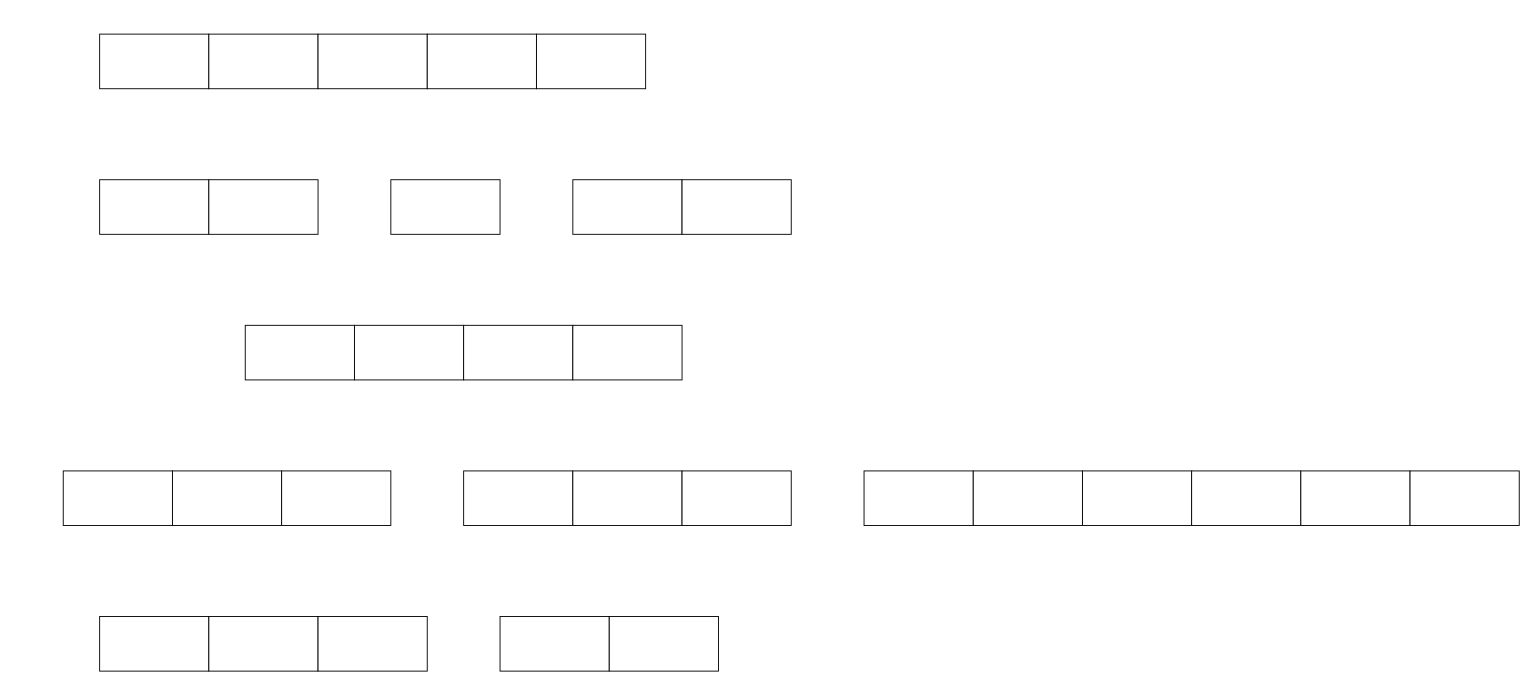
Before: Lab 3 University Database RS.drawio in MuhammadIrfan92/Database-Engineering-Semester-7, a draw.io diagram. Source tidied: cells renumbered, new cells numbered last; positions are measured from the earlier drawing's top-left corner, leaving out a move shared by most shapes. Both pictures are drawn from the tidied source at 91%, with x=0, y=0 at pixel (63, 34).
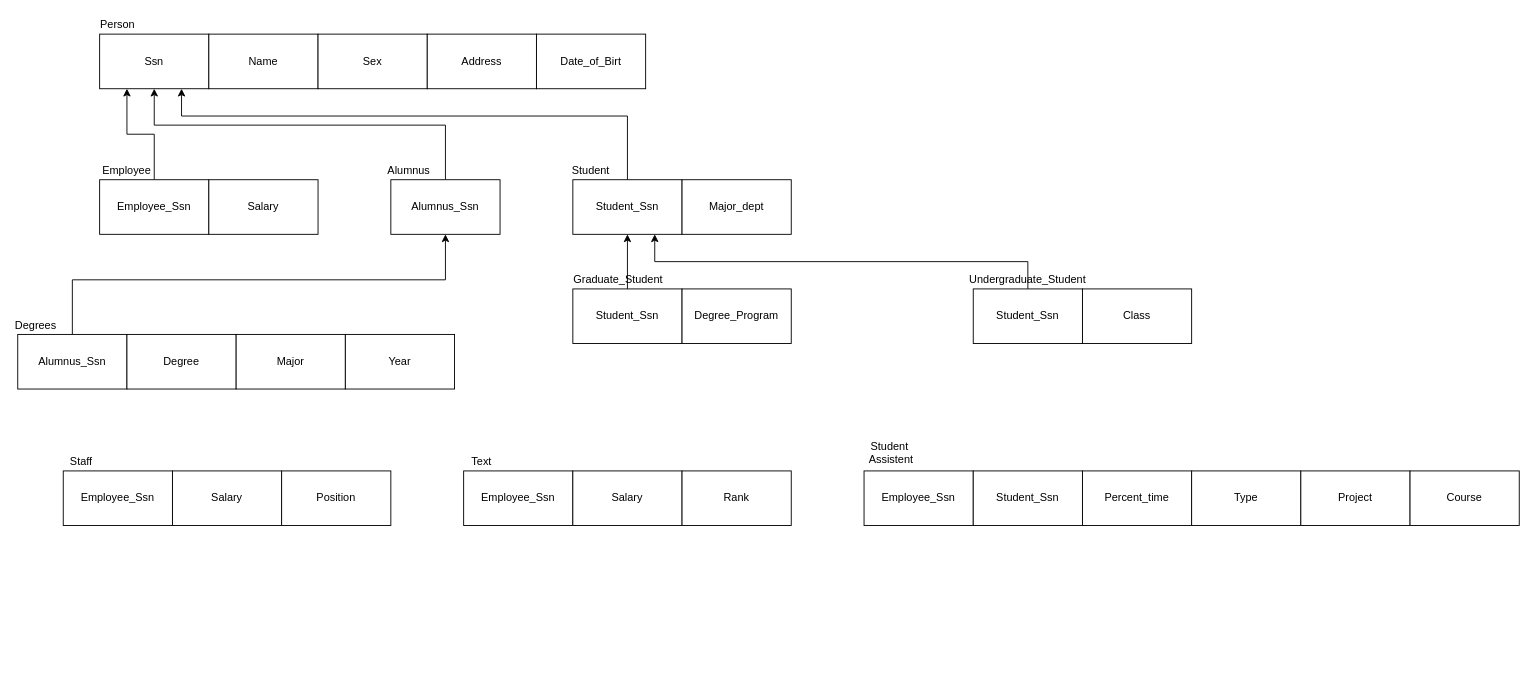
After the change.

The change refers to these unchanged cells:
```xml
<mxCell id="2" style="rounded=0;whiteSpace=wrap;html=1;" parent="1" vertex="1">
  <mxGeometry x="40" width="120" height="60" as="geometry" />
</mxCell>
<mxCell id="7" style="rounded=0;whiteSpace=wrap;html=1;" parent="1" vertex="1">
  <mxGeometry x="40" y="160" width="120" height="60" as="geometry" />
</mxCell>
<mxCell id="9" style="rounded=0;whiteSpace=wrap;html=1;" parent="1" vertex="1">
  <mxGeometry x="360" y="160" width="120" height="60" as="geometry" />
</mxCell>
<mxCell id="10" style="rounded=0;whiteSpace=wrap;html=1;" parent="1" vertex="1">
  <mxGeometry x="560" y="160" width="120" height="60" as="geometry" />
</mxCell>
```

Diff of the diagram source:
```diff
@@
+    <mxCell id="33" style="edgeStyle=orthogonalEdgeStyle;rounded=0;jettySize=auto;html=1;entryX=0.25;entryY=1;entryDx=0;entryDy=0;" parent="1" edge="1" source="7" target="2">
+      <mxGeometry relative="1" as="geometry" />
+    </mxCell>
@@
+    <mxCell id="34" style="edgeStyle=orthogonalEdgeStyle;rounded=0;jettySize=auto;html=1;entryX=0.5;entryY=1;entryDx=0;entryDy=0;" parent="1" edge="1" source="9" target="2">
+      <mxGeometry relative="1" as="geometry">
+        <Array as="points">
+          <mxPoint x="420" y="100" />
+          <mxPoint x="100" y="100" />
+        </Array>
+      </mxGeometry>
+    </mxCell>
@@
+    <mxCell id="35" style="edgeStyle=orthogonalEdgeStyle;rounded=0;jettySize=auto;html=1;entryX=0.75;entryY=1;entryDx=0;entryDy=0;" parent="1" edge="1" source="10" target="2">
+      <mxGeometry relative="1" as="geometry">
+        <Array as="points">
+          <mxPoint x="620" y="90" />
+          <mxPoint x="130" y="90" />
+        </Array>
+      </mxGeometry>
+    </mxCell>
@@
+    <mxCell id="36" style="edgeStyle=orthogonalEdgeStyle;rounded=0;jettySize=auto;html=1;entryX=0.5;entryY=1;entryDx=0;entryDy=0;" parent="1" edge="1" source="12" target="9">
+      <mxGeometry relative="1" as="geometry">
+        <Array as="points">
+          <mxPoint x="10" y="270" />
+          <mxPoint x="420" y="270" />
+        </Array>
+      </mxGeometry>
+    </mxCell>
     <mxCell id="12" style="rounded=0;whiteSpace=wrap;html=1;" parent="1" vertex="1">
-      <mxGeometry x="200" y="320" width="120" height="60" as="geometry" />
+      <mxGeometry x="-50" y="330" width="120" height="60" as="geometry" />
     </mxCell>
     <mxCell id="13" style="rounded=0;whiteSpace=wrap;html=1;" parent="1" vertex="1">
-      <mxGeometry x="320" y="320" width="120" height="60" as="geometry" />
+      <mxGeometry x="70" y="330" width="120" height="60" as="geometry" />
     </mxCell>
     <mxCell id="14" style="rounded=0;whiteSpace=wrap;html=1;" parent="1" vertex="1">
-      <mxGeometry x="440" y="320" width="120" height="60" as="geometry" />
+      <mxGeometry x="190" y="330" width="120" height="60" as="geometry" />
     </mxCell>
     <mxCell id="15" style="rounded=0;whiteSpace=wrap;html=1;" parent="1" vertex="1">
-      <mxGeometry x="560" y="320" width="120" height="60" as="geometry" />
+      <mxGeometry x="310" y="330" width="120" height="60" as="geometry" />
     </mxCell>
@@
-    <mxCell id="24" style="rounded=0;whiteSpace=wrap;html=1;" parent="1" vertex="1">
+    <mxCell id="24" value="Percent_time" style="rounded=0;whiteSpace=wrap;html=1;" parent="1" vertex="1">
       <mxGeometry x="1120" y="480" width="120" height="60" as="geometry" />
     </mxCell>
@@
+    <mxCell id="37" style="edgeStyle=orthogonalEdgeStyle;rounded=0;jettySize=auto;html=1;entryX=0.5;entryY=1;entryDx=0;entryDy=0;" parent="1" edge="1" source="28" target="10">
+      <mxGeometry relative="1" as="geometry" />
+    </mxCell>
     <mxCell id="28" style="rounded=0;whiteSpace=wrap;html=1;" parent="1" vertex="1">
-      <mxGeometry x="40" y="640" width="120" height="60" as="geometry" />
+      <mxGeometry x="560" y="280" width="120" height="60" as="geometry" />
     </mxCell>
     <mxCell id="29" style="rounded=0;whiteSpace=wrap;html=1;" parent="1" vertex="1">
-      <mxGeometry x="160" y="640" width="120" height="60" as="geometry" />
+      <mxGeometry x="680" y="280" width="120" height="60" as="geometry" />
     </mxCell>
-    <mxCell id="30" style="rounded=0;whiteSpace=wrap;html=1;" parent="1" vertex="1">
-      <mxGeometry x="280" y="640" width="120" height="60" as="geometry" />
-    </mxCell>
+    <mxCell id="38" style="edgeStyle=orthogonalEdgeStyle;rounded=0;jettySize=auto;html=1;entryX=0.75;entryY=1;entryDx=0;entryDy=0;" parent="1" edge="1" source="31" target="10">
+      <mxGeometry relative="1" as="geometry">
+        <Array as="points">
+          <mxPoint x="1060" y="250" />
+          <mxPoint x="650" y="250" />
+        </Array>
+      </mxGeometry>
+    </mxCell>
     <mxCell id="31" style="rounded=0;whiteSpace=wrap;html=1;" parent="1" vertex="1">
-      <mxGeometry x="480" y="640" width="120" height="60" as="geometry" />
+      <mxGeometry x="1000" y="280" width="120" height="60" as="geometry" />
     </mxCell>
     <mxCell id="32" style="rounded=0;whiteSpace=wrap;html=1;" parent="1" vertex="1">
-      <mxGeometry x="600" y="640" width="120" height="60" as="geometry" />
+      <mxGeometry x="1120" y="280" width="120" height="60" as="geometry" />
     </mxCell>
+    <mxCell id="39" value="Alumnus_Ssn" style="text;html=1;strokeColor=none;fillColor=none;align=center;verticalAlign=middle;whiteSpace=wrap;rounded=0;" parent="1" vertex="1">
+      <mxGeometry x="-10" y="350" width="40" height="20" as="geometry" />
+    </mxCell>
+    <mxCell id="40" value="Degrees" style="text;html=1;strokeColor=none;fillColor=none;align=center;verticalAlign=middle;whiteSpace=wrap;rounded=0;" parent="1" vertex="1">
+      <mxGeometry x="-50" y="310" width="40" height="20" as="geometry" />
+    </mxCell>
+    <mxCell id="41" value="Major_dept" style="text;html=1;strokeColor=none;fillColor=none;align=center;verticalAlign=middle;whiteSpace=wrap;rounded=0;" parent="1" vertex="1">
+      <mxGeometry x="720" y="180" width="40" height="20" as="geometry" />
+    </mxCell>
+    <mxCell id="42" value="Student_Ssn" style="text;html=1;strokeColor=none;fillColor=none;align=center;verticalAlign=middle;whiteSpace=wrap;rounded=0;" parent="1" vertex="1">
+      <mxGeometry x="600" y="180" width="40" height="20" as="geometry" />
+    </mxCell>
+    <mxCell id="43" value="Alumnus_Ssn" style="text;html=1;strokeColor=none;fillColor=none;align=center;verticalAlign=middle;whiteSpace=wrap;rounded=0;" parent="1" vertex="1">
+      <mxGeometry x="400" y="180" width="40" height="20" as="geometry" />
+    </mxCell>
+    <mxCell id="44" value="Salary" style="text;html=1;strokeColor=none;fillColor=none;align=center;verticalAlign=middle;whiteSpace=wrap;rounded=0;" parent="1" vertex="1">
+      <mxGeometry x="200" y="180" width="40" height="20" as="geometry" />
+    </mxCell>
+    <mxCell id="45" value="Employee_Ssn" style="text;html=1;strokeColor=none;fillColor=none;align=center;verticalAlign=middle;whiteSpace=wrap;rounded=0;" parent="1" vertex="1">
+      <mxGeometry x="80" y="180" width="40" height="20" as="geometry" />
+    </mxCell>
+    <mxCell id="46" value="Date_of_Birt" style="text;html=1;strokeColor=none;fillColor=none;align=center;verticalAlign=middle;whiteSpace=wrap;rounded=0;" parent="1" vertex="1">
+      <mxGeometry x="560" y="20" width="40" height="20" as="geometry" />
+    </mxCell>
+    <mxCell id="47" value="Address" style="text;html=1;strokeColor=none;fillColor=none;align=center;verticalAlign=middle;whiteSpace=wrap;rounded=0;" parent="1" vertex="1">
+      <mxGeometry x="440" y="20" width="40" height="20" as="geometry" />
+    </mxCell>
+    <mxCell id="48" value="Sex" style="text;html=1;strokeColor=none;fillColor=none;align=center;verticalAlign=middle;whiteSpace=wrap;rounded=0;" parent="1" vertex="1">
+      <mxGeometry x="320" y="20" width="40" height="20" as="geometry" />
+    </mxCell>
+    <mxCell id="49" value="Name" style="text;html=1;strokeColor=none;fillColor=none;align=center;verticalAlign=middle;whiteSpace=wrap;rounded=0;" parent="1" vertex="1">
+      <mxGeometry x="200" y="20" width="40" height="20" as="geometry" />
+    </mxCell>
+    <mxCell id="50" value="Ssn" style="text;html=1;strokeColor=none;fillColor=none;align=center;verticalAlign=middle;whiteSpace=wrap;rounded=0;" parent="1" vertex="1">
+      <mxGeometry x="80" y="20" width="40" height="20" as="geometry" />
+    </mxCell>
+    <mxCell id="51" value="Student" style="text;html=1;strokeColor=none;fillColor=none;align=center;verticalAlign=middle;whiteSpace=wrap;rounded=0;" parent="1" vertex="1">
+      <mxGeometry x="560" y="140" width="40" height="20" as="geometry" />
+    </mxCell>
+    <mxCell id="52" value="Alumnus" style="text;html=1;strokeColor=none;fillColor=none;align=center;verticalAlign=middle;whiteSpace=wrap;rounded=0;" parent="1" vertex="1">
+      <mxGeometry x="360" y="140" width="40" height="20" as="geometry" />
+    </mxCell>
+    <mxCell id="53" value="Employee" style="text;html=1;strokeColor=none;fillColor=none;align=center;verticalAlign=middle;whiteSpace=wrap;rounded=0;" parent="1" vertex="1">
+      <mxGeometry x="50" y="140" width="40" height="20" as="geometry" />
+    </mxCell>
+    <mxCell id="54" value="Person" style="text;html=1;strokeColor=none;fillColor=none;align=center;verticalAlign=middle;whiteSpace=wrap;rounded=0;" parent="1" vertex="1">
+      <mxGeometry x="40" y="-20" width="40" height="20" as="geometry" />
+    </mxCell>
+    <mxCell id="55" value="Employee_Ssn" style="text;html=1;strokeColor=none;fillColor=none;align=center;verticalAlign=middle;whiteSpace=wrap;rounded=0;" parent="1" vertex="1">
+      <mxGeometry x="40" y="500" width="40" height="20" as="geometry" />
+    </mxCell>
+    <mxCell id="56" value="Student&amp;nbsp; Assistent" style="text;html=1;strokeColor=none;fillColor=none;align=center;verticalAlign=middle;whiteSpace=wrap;rounded=0;" parent="1" vertex="1">
+      <mxGeometry x="890" y="450" width="40" height="20" as="geometry" />
+    </mxCell>
+    <mxCell id="57" value="Text" style="text;html=1;strokeColor=none;fillColor=none;align=center;verticalAlign=middle;whiteSpace=wrap;rounded=0;" parent="1" vertex="1">
+      <mxGeometry x="440" y="460" width="40" height="20" as="geometry" />
+    </mxCell>
+    <mxCell id="58" value="Staff" style="text;html=1;strokeColor=none;fillColor=none;align=center;verticalAlign=middle;whiteSpace=wrap;rounded=0;" parent="1" vertex="1">
+      <mxGeometry y="460" width="40" height="20" as="geometry" />
+    </mxCell>
+    <mxCell id="59" value="Year" style="text;html=1;strokeColor=none;fillColor=none;align=center;verticalAlign=middle;whiteSpace=wrap;rounded=0;" parent="1" vertex="1">
+      <mxGeometry x="350" y="350" width="40" height="20" as="geometry" />
+    </mxCell>
+    <mxCell id="60" value="Major" style="text;html=1;strokeColor=none;fillColor=none;align=center;verticalAlign=middle;whiteSpace=wrap;rounded=0;" parent="1" vertex="1">
+      <mxGeometry x="230" y="350" width="40" height="20" as="geometry" />
+    </mxCell>
+    <mxCell id="61" value="Degree" style="text;html=1;strokeColor=none;fillColor=none;align=center;verticalAlign=middle;whiteSpace=wrap;rounded=0;" parent="1" vertex="1">
+      <mxGeometry x="110" y="350" width="40" height="20" as="geometry" />
+    </mxCell>
+    <mxCell id="62" value="Employee_Ssn" style="text;html=1;strokeColor=none;fillColor=none;align=center;verticalAlign=middle;whiteSpace=wrap;rounded=0;" parent="1" vertex="1">
+      <mxGeometry x="920" y="500" width="40" height="20" as="geometry" />
+    </mxCell>
+    <mxCell id="63" value="Rank" style="text;html=1;strokeColor=none;fillColor=none;align=center;verticalAlign=middle;whiteSpace=wrap;rounded=0;" parent="1" vertex="1">
+      <mxGeometry x="720" y="500" width="40" height="20" as="geometry" />
+    </mxCell>
+    <mxCell id="64" value="Salary" style="text;html=1;strokeColor=none;fillColor=none;align=center;verticalAlign=middle;whiteSpace=wrap;rounded=0;" parent="1" vertex="1">
+      <mxGeometry x="600" y="500" width="40" height="20" as="geometry" />
+    </mxCell>
+    <mxCell id="65" value="Employee_Ssn" style="text;html=1;strokeColor=none;fillColor=none;align=center;verticalAlign=middle;whiteSpace=wrap;rounded=0;" parent="1" vertex="1">
+      <mxGeometry x="480" y="500" width="40" height="20" as="geometry" />
+    </mxCell>
+    <mxCell id="66" value="Position" style="text;html=1;strokeColor=none;fillColor=none;align=center;verticalAlign=middle;whiteSpace=wrap;rounded=0;" parent="1" vertex="1">
+      <mxGeometry x="280" y="500" width="40" height="20" as="geometry" />
+    </mxCell>
+    <mxCell id="67" value="Salary" style="text;html=1;strokeColor=none;fillColor=none;align=center;verticalAlign=middle;whiteSpace=wrap;rounded=0;" parent="1" vertex="1">
+      <mxGeometry x="160" y="500" width="40" height="20" as="geometry" />
+    </mxCell>
+    <mxCell id="68" value="Graduate_Student" style="text;html=1;strokeColor=none;fillColor=none;align=center;verticalAlign=middle;whiteSpace=wrap;rounded=0;" parent="1" vertex="1">
+      <mxGeometry x="590" y="260" width="40" height="20" as="geometry" />
+    </mxCell>
+    <mxCell id="69" value="Course" style="text;html=1;strokeColor=none;fillColor=none;align=center;verticalAlign=middle;whiteSpace=wrap;rounded=0;" parent="1" vertex="1">
+      <mxGeometry x="1520" y="500" width="40" height="20" as="geometry" />
+    </mxCell>
+    <mxCell id="70" value="Project" style="text;html=1;strokeColor=none;fillColor=none;align=center;verticalAlign=middle;whiteSpace=wrap;rounded=0;" parent="1" vertex="1">
+      <mxGeometry x="1400" y="500" width="40" height="20" as="geometry" />
+    </mxCell>
+    <mxCell id="71" value="Type" style="text;html=1;strokeColor=none;fillColor=none;align=center;verticalAlign=middle;whiteSpace=wrap;rounded=0;" parent="1" vertex="1">
+      <mxGeometry x="1280" y="500" width="40" height="20" as="geometry" />
+    </mxCell>
+    <mxCell id="72" value="Student_Ssn" style="text;html=1;strokeColor=none;fillColor=none;align=center;verticalAlign=middle;whiteSpace=wrap;rounded=0;" parent="1" vertex="1">
+      <mxGeometry x="1040" y="500" width="40" height="20" as="geometry" />
+    </mxCell>
+    <mxCell id="73" value="Student_Ssn" style="text;html=1;strokeColor=none;fillColor=none;align=center;verticalAlign=middle;whiteSpace=wrap;rounded=0;" parent="1" vertex="1">
+      <mxGeometry x="600" y="300" width="40" height="20" as="geometry" />
+    </mxCell>
+    <mxCell id="74" value="Degree_Program" style="text;html=1;strokeColor=none;fillColor=none;align=center;verticalAlign=middle;whiteSpace=wrap;rounded=0;" parent="1" vertex="1">
+      <mxGeometry x="720" y="300" width="40" height="20" as="geometry" />
+    </mxCell>
+    <mxCell id="75" value="Class" style="text;html=1;strokeColor=none;fillColor=none;align=center;verticalAlign=middle;whiteSpace=wrap;rounded=0;" parent="1" vertex="1">
+      <mxGeometry x="1160" y="300" width="40" height="20" as="geometry" />
+    </mxCell>
+    <mxCell id="76" value="Student_Ssn" style="text;html=1;strokeColor=none;fillColor=none;align=center;verticalAlign=middle;whiteSpace=wrap;rounded=0;" parent="1" vertex="1">
+      <mxGeometry x="1040" y="300" width="40" height="20" as="geometry" />
+    </mxCell>
+    <mxCell id="77" value="Undergraduate_Student" style="text;html=1;strokeColor=none;fillColor=none;align=center;verticalAlign=middle;whiteSpace=wrap;rounded=0;" parent="1" vertex="1">
+      <mxGeometry x="1040" y="260" width="40" height="20" as="geometry" />
+    </mxCell>
```
